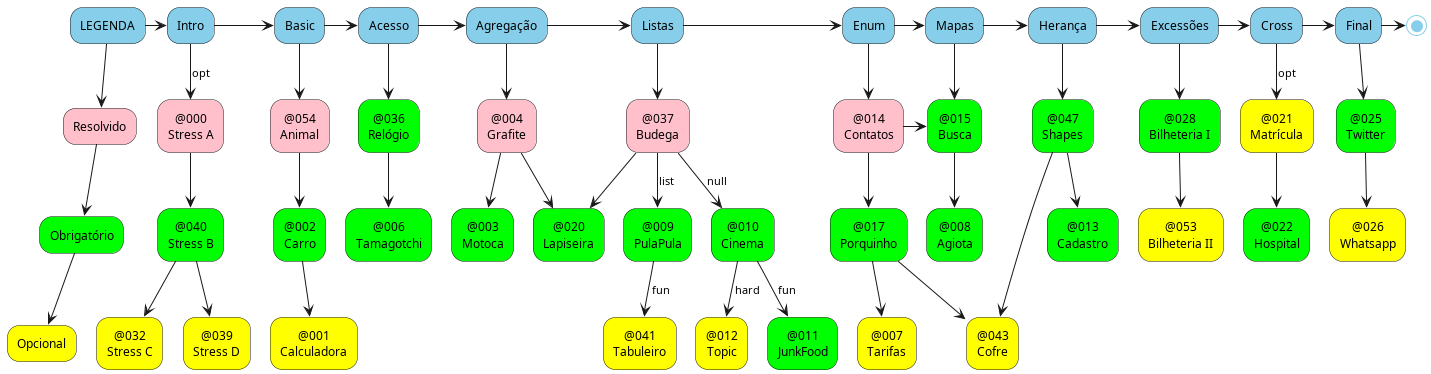
Before: flow.png, a diagram exported from PlantUML (qxcodepoo/arcade).
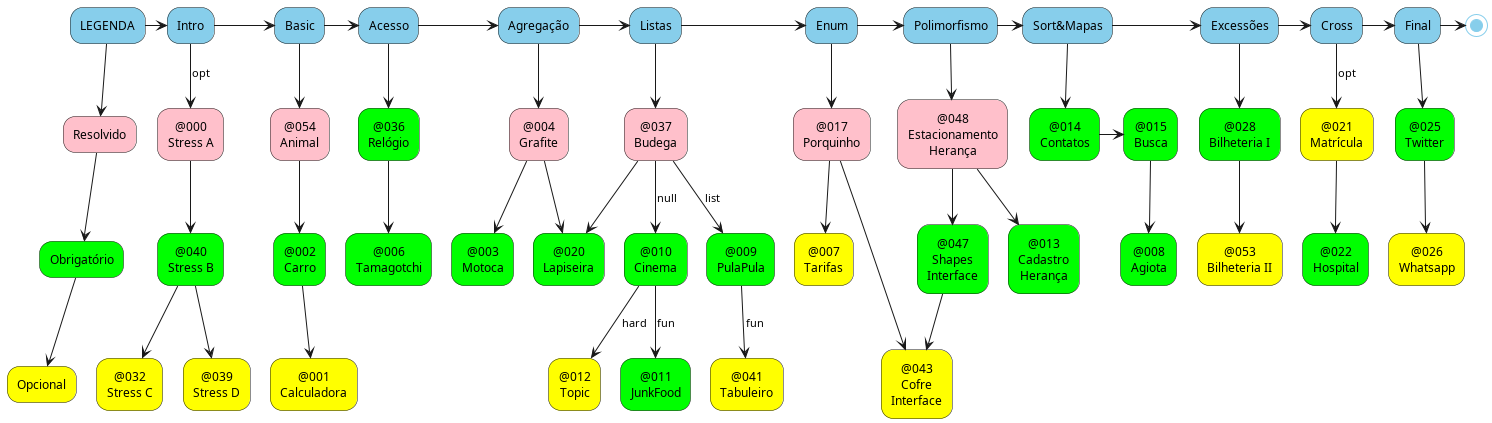
The same file after the commit.

The edit, as a diff of the source:
```diff
@@ -19,8 +19,8 @@
         -> [ ]"Agregação"  #skyblue
         -> [ ]"Listas"     #skyblue
         -> [ ] "Enum"      #skyblue
-        -> [ ] "Mapas"     #skyblue
-        -> [ ] "Herança"   #skyblue
+        -> [ ] "Polimorfismo"   #skyblue
+        -> [ ] "Sort&Mapas" #skyblue
         -> [ ] "Excessões" #skyblue
         -> [ ] "Cross"     #skyblue
         -> [ ] "Final"     #skyblue
@@ -44,16 +44,16 @@
 "@010\nCinema"       --> [hard]"@012\nTopic" #yellow
 "@010\nCinema"       --> [fun ]"@011\nJunkFood" #lime
 "@009\nPulaPula"     --> [fun ]"@041\nTabuleiro" #yellow
-"Enum"               --> [ ] "@014\nContatos" #pink
-"@014\nContatos"     --> [ ] "@017\nPorquinho" #lime
+"Enum"               --> [ ] "@017\nPorquinho" #pink
+"@017\nPorquinho"    --> [ ] "@007\nTarifas" #yellow
+"Sort&Mapas"         --> [ ] "@014\nContatos" #lime
 "@014\nContatos"      -> [ ] "@015\nBusca" #lime
-"@017\nPorquinho"    --> [ ] "@007\nTarifas" #yellow
-"Mapas"              --> [ ] "@015\nBusca" #lime
 "@015\nBusca"        --> [ ] "@008\nAgiota" #lime
-"Herança"            --> [ ] "@047\nShapes" #lime
-"@047\nShapes"       --> [ ] "@013\nCadastro" #lime
-"@047\nShapes"       --> [ ] "@043\nCofre" #lime
-"@017\nPorquinho"    --> [ ] "@043\nCofre" #yellow
+"Polimorfismo"            --> [ ] "@048\nEstacionamento\nHerança" #pink
+"@048\nEstacionamento\nHerança" --> [ ] "@047\nShapes\nInterface" #lime
+"@048\nEstacionamento\nHerança"    --> [ ] "@013\nCadastro\nHerança" #lime
+"@047\nShapes\nInterface" --> [ ] "@043\nCofre\nInterface" #lime
+"@017\nPorquinho"    --> [ ] "@043\nCofre\nInterface" #yellow
 "Excessões"          --> [ ] "@028\nBilheteria I" #lime
 "@028\nBilheteria I" --> [ ] "@053\nBilheteria II" #yellow
 "Cross"              --> [opt] "@021\nMatrícula" #yellow
```
